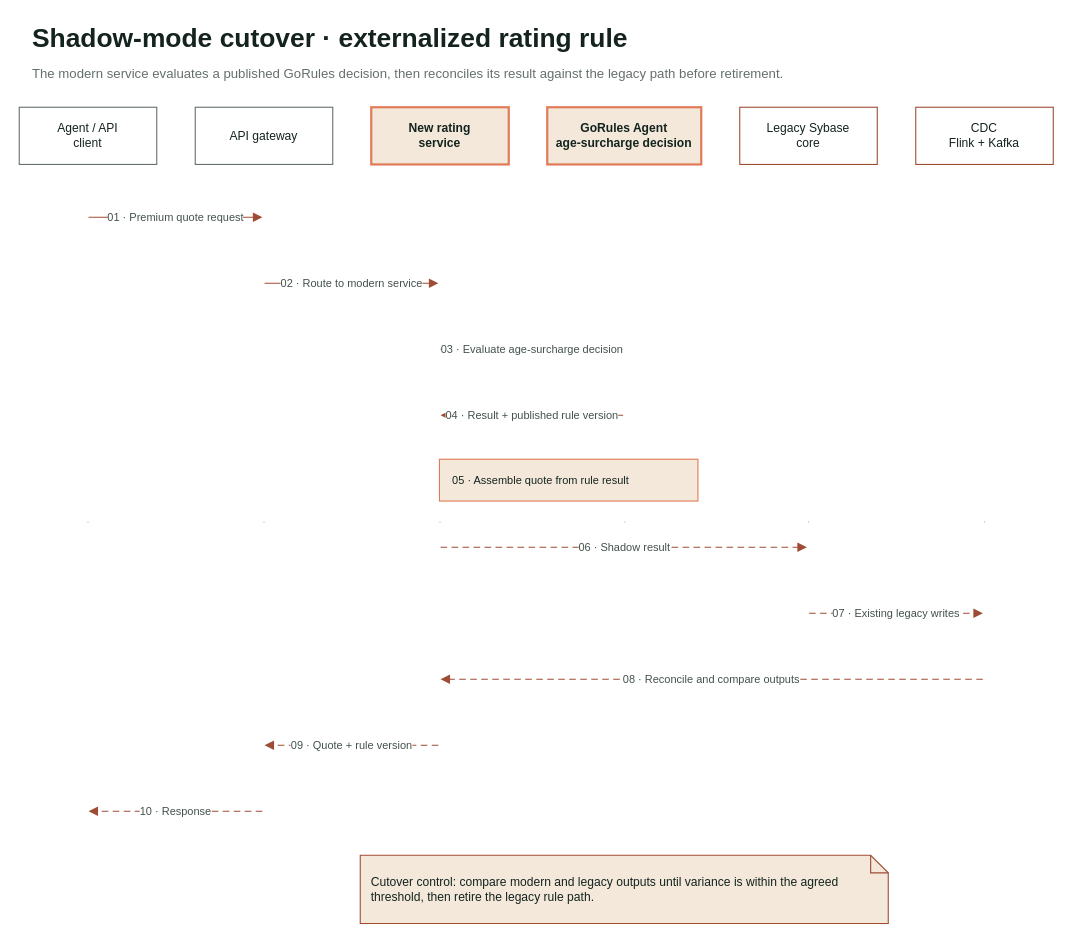
Above: assets/diagrams/legacy-modernization-sequence.drawio in someshjha/someshjha.github.io (draw.io), before the change. Source tidied: cells renumbered, new cells numbered last; positions are measured from the earlier drawing's top-left corner, leaving out a move shared by most shapes. Both pictures are drawn from the tidied source at 110%, with x=0, y=0 at pixel (19, 19).
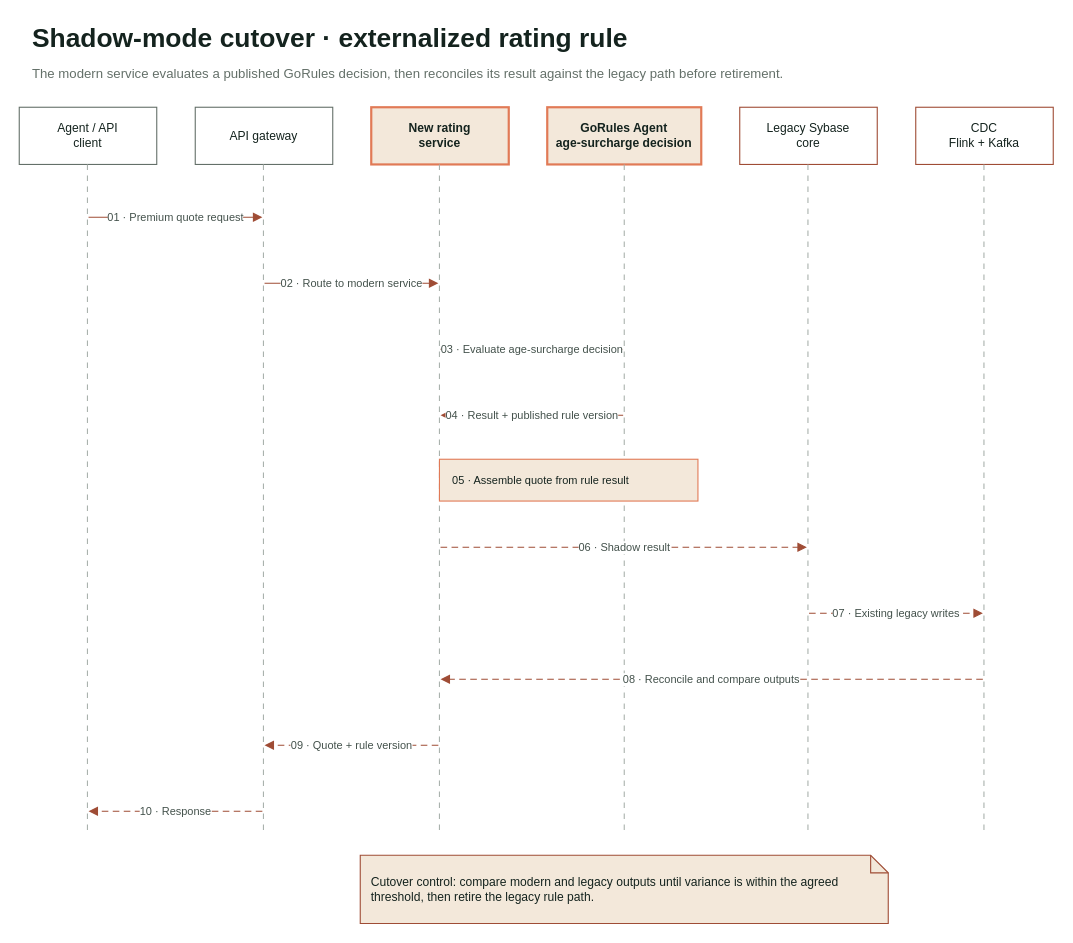
The same diagram, later.

Commit message:
Refine sequence diagram lifelines

The edit, as a diff of the source:
```diff
@@
-    <mxCell id="10" style="shape=line;html=1;strokeColor=#AAB2AD;dashed=1;dashPattern=5 5;" parent="1" vertex="1">
-      <mxGeometry x="62" y="132" width="1" height="650" as="geometry" />
+    <mxCell id="10" style="edgeStyle=none;html=1;strokeColor=#AAB2AD;dashed=1;dashPattern=5 5;endArrow=none;startArrow=none;" parent="1" edge="1">
+      <mxGeometry relative="1" as="geometry">
+        <mxPoint x="62" y="132" as="sourcePoint" />
+        <mxPoint x="62" y="740" as="targetPoint" />
+      </mxGeometry>
     </mxCell>
-    <mxCell id="11" style="shape=line;html=1;strokeColor=#AAB2AD;dashed=1;dashPattern=5 5;" parent="1" vertex="1">
-      <mxGeometry x="222" y="132" width="1" height="650" as="geometry" />
+    <mxCell id="11" style="edgeStyle=none;html=1;strokeColor=#AAB2AD;dashed=1;dashPattern=5 5;endArrow=none;startArrow=none;" parent="1" edge="1">
+      <mxGeometry relative="1" as="geometry">
+        <mxPoint x="222" y="132" as="sourcePoint" />
+        <mxPoint x="222" y="740" as="targetPoint" />
+      </mxGeometry>
     </mxCell>
-    <mxCell id="12" style="shape=line;html=1;strokeColor=#AAB2AD;dashed=1;dashPattern=5 5;" parent="1" vertex="1">
-      <mxGeometry x="382" y="132" width="1" height="650" as="geometry" />
+    <mxCell id="12" style="edgeStyle=none;html=1;strokeColor=#AAB2AD;dashed=1;dashPattern=5 5;endArrow=none;startArrow=none;" parent="1" edge="1">
+      <mxGeometry relative="1" as="geometry">
+        <mxPoint x="382" y="132" as="sourcePoint" />
+        <mxPoint x="382" y="740" as="targetPoint" />
+      </mxGeometry>
     </mxCell>
-    <mxCell id="13" style="shape=line;html=1;strokeColor=#AAB2AD;dashed=1;dashPattern=5 5;" parent="1" vertex="1">
-      <mxGeometry x="550" y="132" width="1" height="650" as="geometry" />
+    <mxCell id="13" style="edgeStyle=none;html=1;strokeColor=#AAB2AD;dashed=1;dashPattern=5 5;endArrow=none;startArrow=none;" parent="1" edge="1">
+      <mxGeometry relative="1" as="geometry">
+        <mxPoint x="550" y="132" as="sourcePoint" />
+        <mxPoint x="550" y="740" as="targetPoint" />
+      </mxGeometry>
     </mxCell>
-    <mxCell id="14" style="shape=line;html=1;strokeColor=#AAB2AD;dashed=1;dashPattern=5 5;" parent="1" vertex="1">
-      <mxGeometry x="717" y="132" width="1" height="650" as="geometry" />
+    <mxCell id="14" style="edgeStyle=none;html=1;strokeColor=#AAB2AD;dashed=1;dashPattern=5 5;endArrow=none;startArrow=none;" parent="1" edge="1">
+      <mxGeometry relative="1" as="geometry">
+        <mxPoint x="717" y="132" as="sourcePoint" />
+        <mxPoint x="717" y="740" as="targetPoint" />
+      </mxGeometry>
     </mxCell>
-    <mxCell id="15" style="shape=line;html=1;strokeColor=#AAB2AD;dashed=1;dashPattern=5 5;" parent="1" vertex="1">
-      <mxGeometry x="877" y="132" width="1" height="650" as="geometry" />
+    <mxCell id="15" style="edgeStyle=none;html=1;strokeColor=#AAB2AD;dashed=1;dashPattern=5 5;endArrow=none;startArrow=none;" parent="1" edge="1">
+      <mxGeometry relative="1" as="geometry">
+        <mxPoint x="877" y="132" as="sourcePoint" />
+        <mxPoint x="877" y="740" as="targetPoint" />
+      </mxGeometry>
     </mxCell>
```
